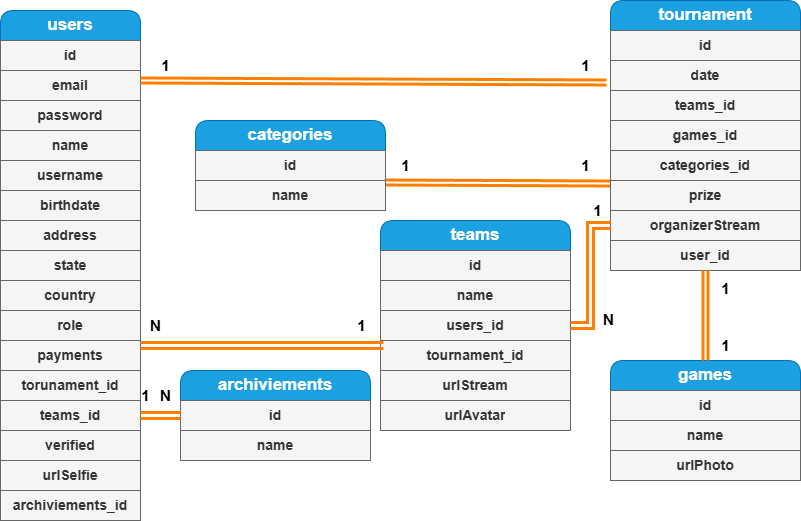
Earlier version of the draw.io export Diagrama Entidad Relaciones Game Stream Tournament.drawio.png (FabricioIrazoqui/DiagramaEntidad-GameStreamTorunament). Source tidied: cells renumbered, new cells last; positions are measured from the earlier drawing's top-left corner, leaving out a move shared by most shapes.
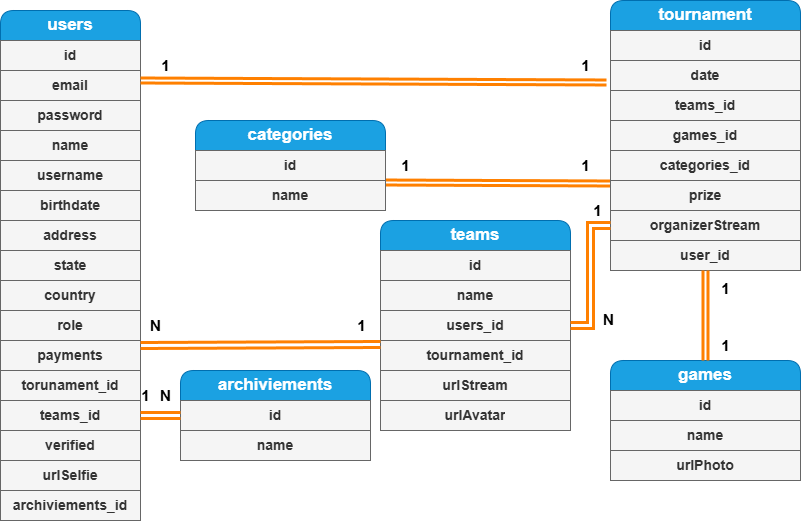
Later version of the same file.

Diff of the diagram source:
```diff
@@ -148,7 +148,7 @@
     <mxCell id="49" value="&lt;font style=&quot;font-size: 15px;&quot;&gt;&lt;b&gt;1&lt;/b&gt;&lt;/font&gt;" style="text;html=1;align=center;verticalAlign=middle;strokeColor=none;fillColor=none;" parent="1" vertex="1">
       <mxGeometry x="710" y="273" width="30" height="30" as="geometry" />
     </mxCell>
-    <mxCell id="50" style="edgeStyle=none;shape=link;rounded=0;jettySize=auto;html=1;exitX=0.016;exitY=0.167;exitDx=0;exitDy=0;entryX=1;entryY=0.167;entryDx=0;entryDy=0;entryPerimeter=0;strokeColor=#FF8000;strokeWidth=3;exitPerimeter=0;" parent="1" edge="1" source="33" target="13">
+    <mxCell id="50" style="edgeStyle=none;shape=link;rounded=0;jettySize=auto;html=1;exitX=0;exitY=0.133;exitDx=0;exitDy=0;entryX=1;entryY=0.167;entryDx=0;entryDy=0;entryPerimeter=0;strokeColor=#FF8000;strokeWidth=3;exitPerimeter=0;" parent="1" edge="1" source="33" target="13">
       <mxGeometry relative="1" as="geometry" />
     </mxCell>
     <mxCell id="51" style="edgeStyle=orthogonalEdgeStyle;shape=link;rounded=0;jettySize=auto;html=1;exitX=1;exitY=0.5;exitDx=0;exitDy=0;entryX=0;entryY=0.5;entryDx=0;entryDy=0;strokeColor=#FF8000;strokeWidth=3;" parent="1" edge="1" source="32" target="27">
```
